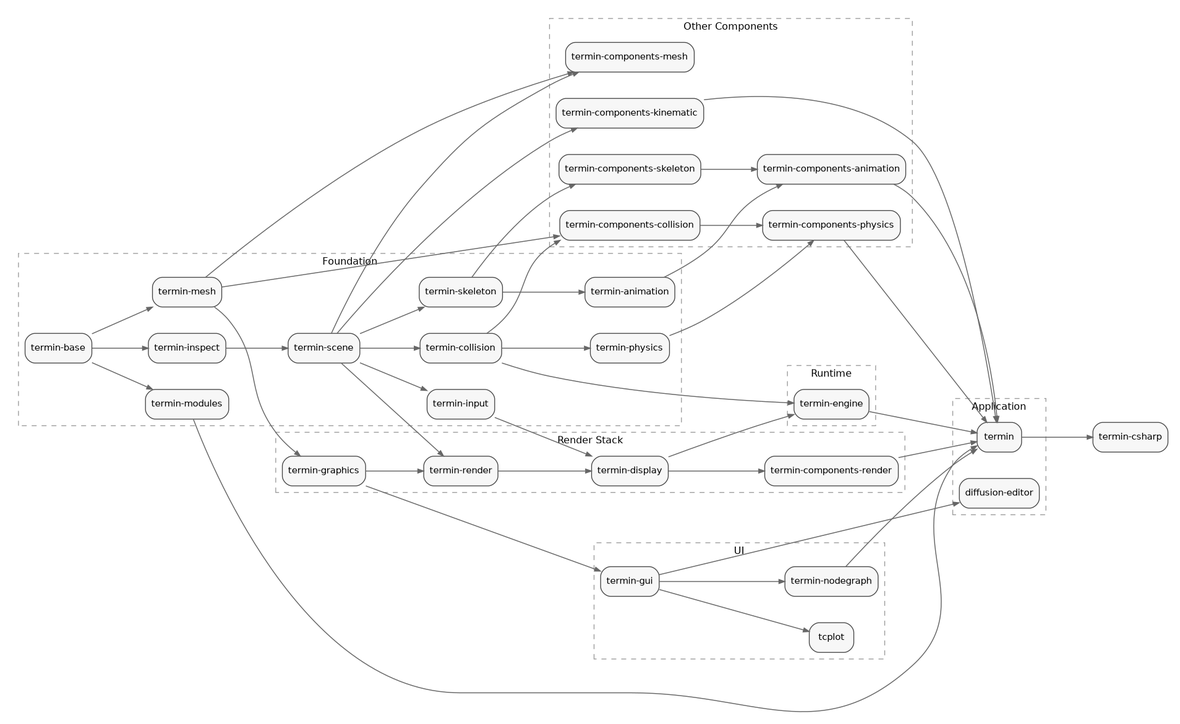
This is docs/library-dependencies.png from mirmik/termin, a Graphviz export, as it was before one commit. Its source is kept beside it as docs/library-dependencies.dot. The source it was exported from:
```dot
digraph termin_dependencies {
	graph [bgcolor=white,
		nodesep=0.45,
		overlap=false,
		pad=0.2,
		rankdir=LR,
		ranksep=0.9,
		splines=true
	];
	node [color="#444444",
		fillcolor="#f7f7f7",
		fontname="DejaVu Sans",
		fontsize=11,
		margin="0.10,0.06",
		shape=box,
		style="rounded,filled"
	];
	edge [arrowsize=0.7,
		color="#666666",
		penwidth=1.1
	];

	subgraph cluster_application {
		label="Application";
		style=dashed;
		color="#999999";
		fontname="DejaVu Sans";
		fontsize=12;
		"diffusion-editor";
		"termin";
	}

	subgraph cluster_foundation {
		label="Foundation";
		style=dashed;
		color="#999999";
		fontname="DejaVu Sans";
		fontsize=12;
		"termin-animation";
		"termin-base";
		"termin-collision";
		"termin-input";
		"termin-inspect";
		"termin-mesh";
		"termin-modules";
		"termin-physics";
		"termin-scene";
		"termin-skeleton";
	}

	subgraph cluster_other_components {
		label="Other Components";
		style=dashed;
		color="#999999";
		fontname="DejaVu Sans";
		fontsize=12;
		"termin-components-animation";
		"termin-components-collision";
		"termin-components-kinematic";
		"termin-components-mesh";
		"termin-components-physics";
		"termin-components-skeleton";
	}

	subgraph cluster_render_stack {
		label="Render Stack";
		style=dashed;
		color="#999999";
		fontname="DejaVu Sans";
		fontsize=12;
		"termin-components-render";
		"termin-display";
		"termin-graphics";
		"termin-render";
	}

	subgraph cluster_runtime {
		label="Runtime";
		style=dashed;
		color="#999999";
		fontname="DejaVu Sans";
		fontsize=12;
		"termin-engine";
	}

	subgraph cluster_ui {
		label="UI";
		style=dashed;
		color="#999999";
		fontname="DejaVu Sans";
		fontsize=12;
		"tcplot";
		"termin-gui";
		"termin-nodegraph";
	}

	"termin-csharp";

	"termin" -> "termin-csharp";
	"termin-animation" -> "termin-components-animation";
	"termin-base" -> "termin-inspect";
	"termin-base" -> "termin-mesh";
	"termin-base" -> "termin-modules";
	"termin-collision" -> "termin-components-collision";
	"termin-collision" -> "termin-engine";
	"termin-collision" -> "termin-physics";
	"termin-components-animation" -> "termin";
	"termin-components-collision" -> "termin-components-physics";
	"termin-components-kinematic" -> "termin";
	"termin-components-physics" -> "termin";
	"termin-components-render" -> "termin";
	"termin-components-skeleton" -> "termin-components-animation";
	"termin-display" -> "termin-components-render";
	"termin-display" -> "termin-engine";
	"termin-engine" -> "termin";
	"termin-graphics" -> "termin-gui";
	"termin-graphics" -> "termin-render";
	"termin-gui" -> "diffusion-editor";
	"termin-gui" -> "tcplot";
	"termin-gui" -> "termin-nodegraph";
	"termin-input" -> "termin-display";
	"termin-inspect" -> "termin-scene";
	"termin-mesh" -> "termin-components-collision";
	"termin-mesh" -> "termin-components-mesh";
	"termin-mesh" -> "termin-graphics";
	"termin-modules" -> "termin";
	"termin-nodegraph" -> "termin";
	"termin-physics" -> "termin-components-physics";
	"termin-render" -> "termin-display";
	"termin-scene" -> "termin-collision";
	"termin-scene" -> "termin-components-kinematic";
	"termin-scene" -> "termin-components-mesh";
	"termin-scene" -> "termin-input";
	"termin-scene" -> "termin-render";
	"termin-scene" -> "termin-skeleton";
	"termin-skeleton" -> "termin-animation";
	"termin-skeleton" -> "termin-components-skeleton";
}
```
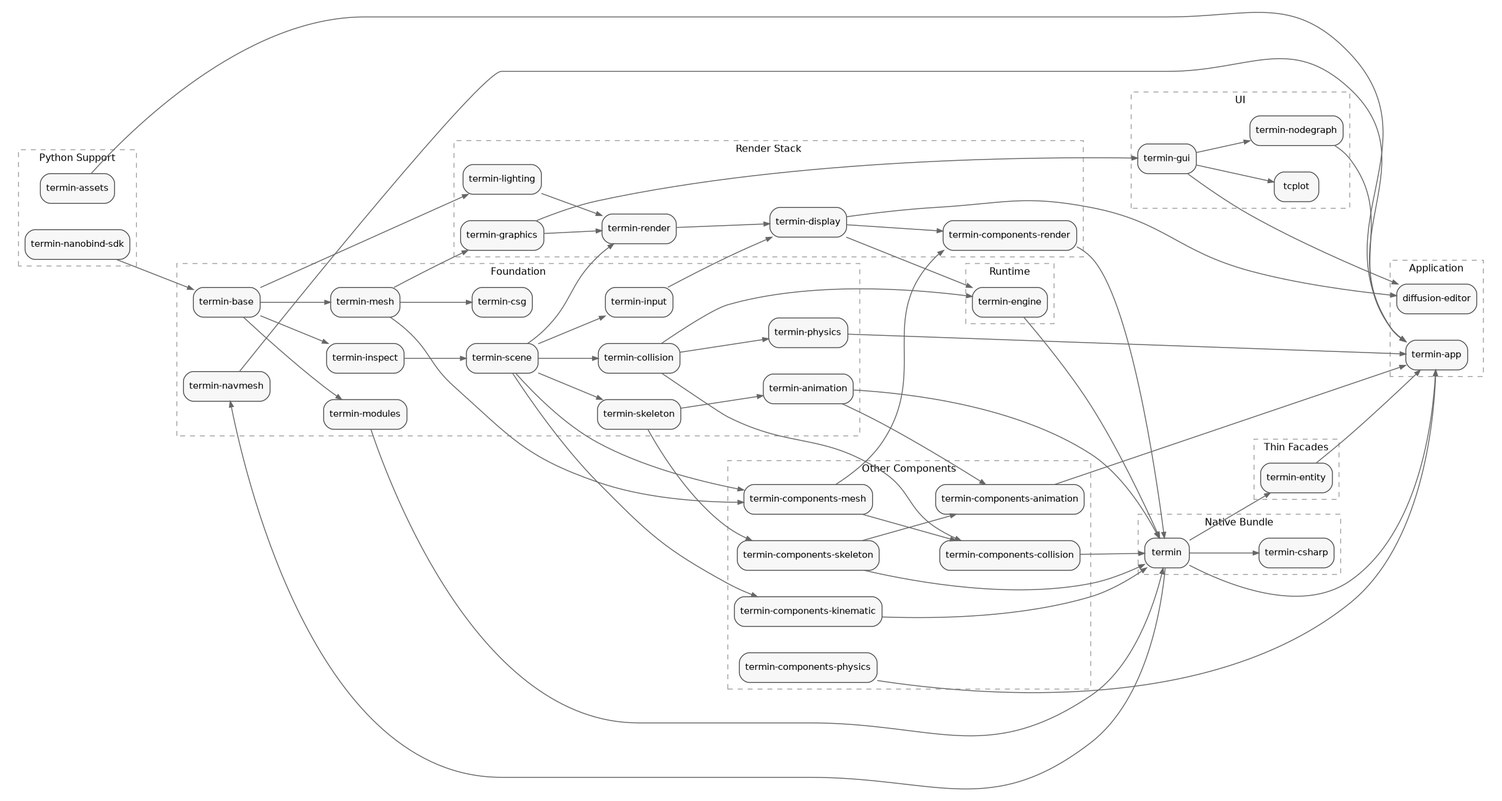
Later version of the same file.

Change to the diagram source:
```diff
@@ -27,7 +27,7 @@
 		fontname="DejaVu Sans";
 		fontsize=12;
 		"diffusion-editor";
-		"termin";
+		"termin-app";
 	}
 
 	subgraph cluster_foundation {
@@ -39,13 +39,25 @@
 		"termin-animation";
 		"termin-base";
 		"termin-collision";
+		"termin-csg";
 		"termin-input";
 		"termin-inspect";
 		"termin-mesh";
 		"termin-modules";
+		"termin-navmesh";
 		"termin-physics";
 		"termin-scene";
 		"termin-skeleton";
+	}
+
+	subgraph cluster_native_bundle {
+		label="Native Bundle";
+		style=dashed;
+		color="#999999";
+		fontname="DejaVu Sans";
+		fontsize=12;
+		"termin";
+		"termin-csharp";
 	}
 
 	subgraph cluster_other_components {
@@ -62,6 +74,16 @@
 		"termin-components-skeleton";
 	}
 
+	subgraph cluster_python_support {
+		label="Python Support";
+		style=dashed;
+		color="#999999";
+		fontname="DejaVu Sans";
+		fontsize=12;
+		"termin-assets";
+		"termin-nanobind-sdk";
+	}
+
 	subgraph cluster_render_stack {
 		label="Render Stack";
 		style=dashed;
@@ -71,6 +93,7 @@
 		"termin-components-render";
 		"termin-display";
 		"termin-graphics";
+		"termin-lighting";
 		"termin-render";
 	}
 
@@ -81,6 +104,15 @@
 		fontname="DejaVu Sans";
 		fontsize=12;
 		"termin-engine";
+	}
+
+	subgraph cluster_thin_facades {
+		label="Thin Facades";
+		style=dashed;
+		color="#999999";
+		fontname="DejaVu Sans";
+		fontsize=12;
+		"termin-entity";
 	}
 
 	subgraph cluster_ui {
@@ -94,25 +126,35 @@
 		"termin-nodegraph";
 	}
 
-	"termin-csharp";
 
+	"termin" -> "termin-app";
 	"termin" -> "termin-csharp";
+	"termin" -> "termin-entity";
+	"termin" -> "termin-navmesh";
+	"termin-animation" -> "termin";
 	"termin-animation" -> "termin-components-animation";
+	"termin-assets" -> "termin-app";
 	"termin-base" -> "termin-inspect";
+	"termin-base" -> "termin-lighting";
 	"termin-base" -> "termin-mesh";
 	"termin-base" -> "termin-modules";
 	"termin-collision" -> "termin-components-collision";
 	"termin-collision" -> "termin-engine";
 	"termin-collision" -> "termin-physics";
-	"termin-components-animation" -> "termin";
-	"termin-components-collision" -> "termin-components-physics";
+	"termin-components-animation" -> "termin-app";
+	"termin-components-collision" -> "termin";
 	"termin-components-kinematic" -> "termin";
-	"termin-components-physics" -> "termin";
+	"termin-components-mesh" -> "termin-components-collision";
+	"termin-components-mesh" -> "termin-components-render";
+	"termin-components-physics" -> "termin-app";
 	"termin-components-render" -> "termin";
+	"termin-components-skeleton" -> "termin";
 	"termin-components-skeleton" -> "termin-components-animation";
+	"termin-display" -> "diffusion-editor";
 	"termin-display" -> "termin-components-render";
 	"termin-display" -> "termin-engine";
 	"termin-engine" -> "termin";
+	"termin-entity" -> "termin-app";
 	"termin-graphics" -> "termin-gui";
 	"termin-graphics" -> "termin-render";
 	"termin-gui" -> "diffusion-editor";
@@ -120,12 +162,15 @@
 	"termin-gui" -> "termin-nodegraph";
 	"termin-input" -> "termin-display";
 	"termin-inspect" -> "termin-scene";
-	"termin-mesh" -> "termin-components-collision";
+	"termin-lighting" -> "termin-render";
 	"termin-mesh" -> "termin-components-mesh";
+	"termin-mesh" -> "termin-csg";
 	"termin-mesh" -> "termin-graphics";
 	"termin-modules" -> "termin";
-	"termin-nodegraph" -> "termin";
-	"termin-physics" -> "termin-components-physics";
+	"termin-nanobind-sdk" -> "termin-base";
+	"termin-navmesh" -> "termin-app";
+	"termin-nodegraph" -> "termin-app";
+	"termin-physics" -> "termin-app";
 	"termin-render" -> "termin-display";
 	"termin-scene" -> "termin-collision";
 	"termin-scene" -> "termin-components-kinematic";
```
